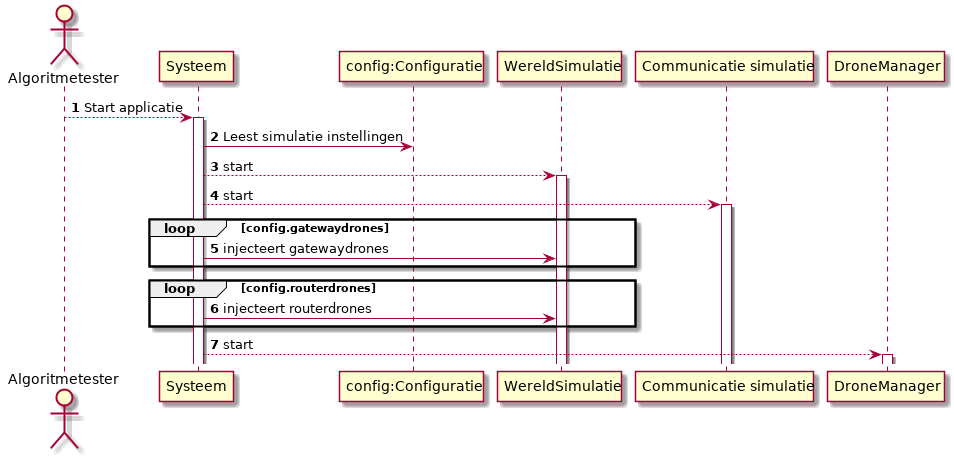
mauriceberentsen/Automated-Drone-Distribution-Network keeps this PlantUML diagram as Docs/DesignDocumenten/UML/out/usecase/sequence/SimulerenDronenetwerk/SimulerenDronenetwerk.png. Above is the earlier version.
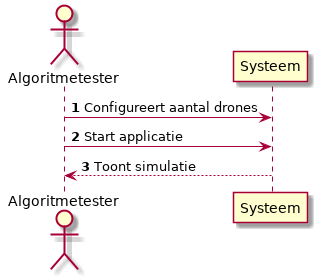
The same diagram one commit later.

What changed in the source:
```diff
@@ -3,21 +3,9 @@
 autonumber
 actor "Algoritmetester" as AT
 participant "Systeem" as sys
-participant "config:Configuratie" as config
-participant "WereldSimulatie" as SIM
-participant "Communicatie simulatie" as com
-participant "DroneManager" as DM
 
-AT --> sys +: Start applicatie
-sys -> config : Leest simulatie instellingen
-sys --> SIM +: start
-sys --> com +: start
-loop config.gatewaydrones
-sys -> SIM : injecteert gatewaydrones
-end
-loop config.routerdrones
-sys -> SIM : injecteert routerdrones
-end
-sys --> DM +: start
+AT -> sys : Configureert aantal drones
+AT -> sys : Start applicatie
+AT <-- sys : Toont simulatie
 
 @enduml
```
